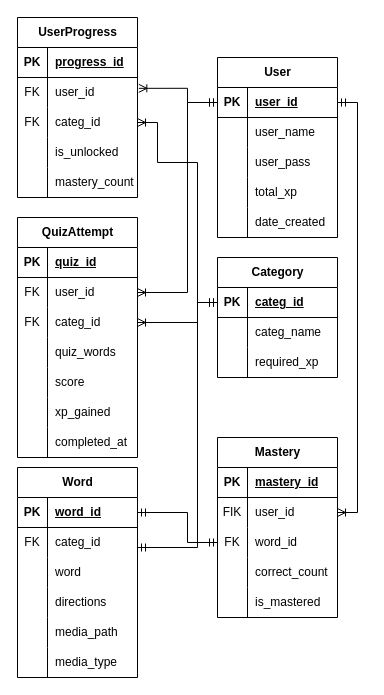
JiArcangel0916/LinguSign keeps this draw.io diagram as erd.drawio. Above is the earlier version. Source tidied: cells renumbered, new cells numbered last; positions are measured from the earlier drawing's top-left corner, leaving out a move shared by most shapes. Both pictures are drawn from the tidied source at 100%, with x=0, y=0 at pixel (17, 17).
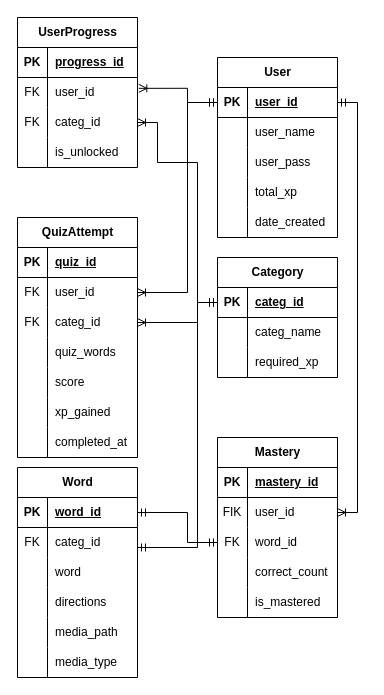
The same page after the edit.

The edit, as a diff of the source:
```diff
@@
     <mxCell id="47" value="UserProgress" style="shape=table;startSize=30;childLayout=tableLayout;rowLines=0;fontStyle=1;align=center;html=1;" parent="1" vertex="1">
-      <mxGeometry width="120" height="180" as="geometry" />
+      <mxGeometry width="120" height="150" as="geometry" />
     </mxCell>
@@
-    <mxCell id="60" style="shape=tableRow;horizontal=0;startSize=0;swimlaneHead=0;swimlaneBody=0;fillColor=none;top=0;left=0;right=0;bottom=0;" parent="47" vertex="1">
-      <mxGeometry y="150" width="120" height="30" as="geometry" />
-    </mxCell>
-    <mxCell id="61" style="shape=partialRectangle;fillColor=none;top=0;left=0;bottom=0;right=0;overflow=hidden;whiteSpace=wrap;html=1;" parent="60" vertex="1">
-      <mxGeometry width="30" height="30" as="geometry" />
-    </mxCell>
-    <mxCell id="62" value="mastery_count" style="shape=partialRectangle;fillColor=none;top=0;left=0;bottom=0;right=0;align=left;spacingLeft=6;overflow=hidden;whiteSpace=wrap;html=1;" parent="60" vertex="1">
-      <mxGeometry x="30" width="90" height="30" as="geometry" />
-    </mxCell>
```
